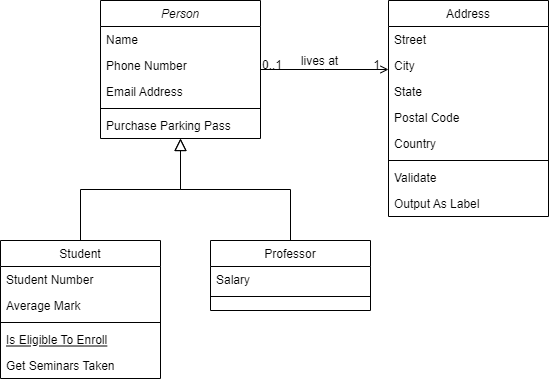
The draw.io diagram insight架构图.drawio.png in larrydrh/diagram, before a commit. Source tidied: cells renumbered, new cells last; positions are measured from the earlier drawing's top-left corner, leaving out a move shared by most shapes. The source it was exported from:
```xml
<mxGraphModel>
  <root>
    <mxCell id="0" />
    <mxCell id="1" parent="0" />
    <mxCell id="2" value="Person" style="swimlane;fontStyle=2;align=center;verticalAlign=top;horizontal=1;startSize=26;rounded=0;shadow=0;strokeWidth=1;" parent="1" vertex="1">
      <mxGeometry x="100" width="160" height="138" as="geometry" />
    </mxCell>
    <mxCell id="3" value="Name" style="text;align=left;verticalAlign=top;spacingLeft=4;spacingRight=4;overflow=hidden;" parent="2" vertex="1">
      <mxGeometry y="26" width="160" height="26" as="geometry" />
    </mxCell>
    <mxCell id="4" value="Phone Number" style="text;align=left;verticalAlign=top;spacingLeft=4;spacingRight=4;overflow=hidden;rounded=0;shadow=0;html=0;" parent="2" vertex="1">
      <mxGeometry y="52" width="160" height="26" as="geometry" />
    </mxCell>
    <mxCell id="5" value="Email Address" style="text;align=left;verticalAlign=top;spacingLeft=4;spacingRight=4;overflow=hidden;rounded=0;shadow=0;html=0;" parent="2" vertex="1">
      <mxGeometry y="78" width="160" height="26" as="geometry" />
    </mxCell>
    <mxCell id="6" style="line;html=1;strokeWidth=1;align=left;verticalAlign=middle;spacingTop=-1;spacingLeft=3;spacingRight=3;labelPosition=right;" parent="2" vertex="1">
      <mxGeometry y="104" width="160" height="8" as="geometry" />
    </mxCell>
    <mxCell id="7" value="Purchase Parking Pass" style="text;align=left;verticalAlign=top;spacingLeft=4;spacingRight=4;overflow=hidden;" parent="2" vertex="1">
      <mxGeometry y="112" width="160" height="26" as="geometry" />
    </mxCell>
    <mxCell id="8" value="Student" style="swimlane;fontStyle=0;align=center;verticalAlign=top;horizontal=1;startSize=26;rounded=0;shadow=0;strokeWidth=1;" parent="1" vertex="1">
      <mxGeometry y="240" width="160" height="138" as="geometry" />
    </mxCell>
    <mxCell id="9" value="Student Number" style="text;align=left;verticalAlign=top;spacingLeft=4;spacingRight=4;overflow=hidden;" parent="8" vertex="1">
      <mxGeometry y="26" width="160" height="26" as="geometry" />
    </mxCell>
    <mxCell id="10" value="Average Mark" style="text;align=left;verticalAlign=top;spacingLeft=4;spacingRight=4;overflow=hidden;rounded=0;shadow=0;html=0;" parent="8" vertex="1">
      <mxGeometry y="52" width="160" height="26" as="geometry" />
    </mxCell>
    <mxCell id="11" style="line;html=1;strokeWidth=1;align=left;verticalAlign=middle;spacingTop=-1;spacingLeft=3;spacingRight=3;labelPosition=right;" parent="8" vertex="1">
      <mxGeometry y="78" width="160" height="8" as="geometry" />
    </mxCell>
    <mxCell id="12" value="Is Eligible To Enroll" style="text;align=left;verticalAlign=top;spacingLeft=4;spacingRight=4;overflow=hidden;fontStyle=4;" parent="8" vertex="1">
      <mxGeometry y="86" width="160" height="26" as="geometry" />
    </mxCell>
    <mxCell id="13" value="Get Seminars Taken" style="text;align=left;verticalAlign=top;spacingLeft=4;spacingRight=4;overflow=hidden;" parent="8" vertex="1">
      <mxGeometry y="112" width="160" height="26" as="geometry" />
    </mxCell>
    <mxCell id="14" style="endArrow=block;endSize=10;endFill=0;shadow=0;strokeWidth=1;rounded=0;edgeStyle=elbowEdgeStyle;elbow=vertical;" parent="1" edge="1" source="8" target="2">
      <mxGeometry relative="1" as="geometry" />
    </mxCell>
    <mxCell id="15" value="Professor" style="swimlane;fontStyle=0;align=center;verticalAlign=top;horizontal=1;startSize=26;rounded=0;shadow=0;strokeWidth=1;" parent="1" vertex="1">
      <mxGeometry x="210" y="240" width="160" height="70" as="geometry" />
    </mxCell>
    <mxCell id="16" value="Salary" style="text;align=left;verticalAlign=top;spacingLeft=4;spacingRight=4;overflow=hidden;" parent="15" vertex="1">
      <mxGeometry y="26" width="160" height="26" as="geometry" />
    </mxCell>
    <mxCell id="17" style="line;html=1;strokeWidth=1;align=left;verticalAlign=middle;spacingTop=-1;spacingLeft=3;spacingRight=3;labelPosition=right;" parent="15" vertex="1">
      <mxGeometry y="52" width="160" height="8" as="geometry" />
    </mxCell>
    <mxCell id="18" style="endArrow=block;endSize=10;endFill=0;shadow=0;strokeWidth=1;rounded=0;edgeStyle=elbowEdgeStyle;elbow=vertical;" parent="1" edge="1" source="15" target="2">
      <mxGeometry relative="1" as="geometry" />
    </mxCell>
    <mxCell id="19" value="Address" style="swimlane;fontStyle=0;align=center;verticalAlign=top;horizontal=1;startSize=26;rounded=0;shadow=0;strokeWidth=1;" parent="1" vertex="1">
      <mxGeometry x="388" width="160" height="216" as="geometry" />
    </mxCell>
    <mxCell id="20" value="Street" style="text;align=left;verticalAlign=top;spacingLeft=4;spacingRight=4;overflow=hidden;" parent="19" vertex="1">
      <mxGeometry y="26" width="160" height="26" as="geometry" />
    </mxCell>
    <mxCell id="21" value="City" style="text;align=left;verticalAlign=top;spacingLeft=4;spacingRight=4;overflow=hidden;rounded=0;shadow=0;html=0;" parent="19" vertex="1">
      <mxGeometry y="52" width="160" height="26" as="geometry" />
    </mxCell>
    <mxCell id="22" value="State" style="text;align=left;verticalAlign=top;spacingLeft=4;spacingRight=4;overflow=hidden;rounded=0;shadow=0;html=0;" parent="19" vertex="1">
      <mxGeometry y="78" width="160" height="26" as="geometry" />
    </mxCell>
    <mxCell id="23" value="Postal Code" style="text;align=left;verticalAlign=top;spacingLeft=4;spacingRight=4;overflow=hidden;rounded=0;shadow=0;html=0;" parent="19" vertex="1">
      <mxGeometry y="104" width="160" height="26" as="geometry" />
    </mxCell>
    <mxCell id="24" value="Country" style="text;align=left;verticalAlign=top;spacingLeft=4;spacingRight=4;overflow=hidden;rounded=0;shadow=0;html=0;" parent="19" vertex="1">
      <mxGeometry y="130" width="160" height="26" as="geometry" />
    </mxCell>
    <mxCell id="25" style="line;html=1;strokeWidth=1;align=left;verticalAlign=middle;spacingTop=-1;spacingLeft=3;spacingRight=3;labelPosition=right;" parent="19" vertex="1">
      <mxGeometry y="156" width="160" height="8" as="geometry" />
    </mxCell>
    <mxCell id="26" value="Validate" style="text;align=left;verticalAlign=top;spacingLeft=4;spacingRight=4;overflow=hidden;" parent="19" vertex="1">
      <mxGeometry y="164" width="160" height="26" as="geometry" />
    </mxCell>
    <mxCell id="27" value="Output As Label" style="text;align=left;verticalAlign=top;spacingLeft=4;spacingRight=4;overflow=hidden;" parent="19" vertex="1">
      <mxGeometry y="190" width="160" height="26" as="geometry" />
    </mxCell>
    <mxCell id="28" style="endArrow=open;shadow=0;strokeWidth=1;rounded=0;endFill=1;edgeStyle=elbowEdgeStyle;elbow=vertical;" parent="1" edge="1" source="2" target="19">
      <mxGeometry x="0.5" y="41" relative="1" as="geometry">
        <mxPoint x="-40" y="32" as="offset" />
      </mxGeometry>
    </mxCell>
    <mxCell id="29" value="0..1" style="align=left;verticalAlign=bottom;labelBackgroundColor=none;fontSize=12;" parent="28" vertex="1">
      <mxGeometry x="-1" relative="1" as="geometry">
        <mxPoint y="4" as="offset" />
      </mxGeometry>
    </mxCell>
    <mxCell id="30" value="1" style="align=right;verticalAlign=bottom;labelBackgroundColor=none;fontSize=12;" parent="28" vertex="1">
      <mxGeometry x="1" relative="1" as="geometry">
        <mxPoint x="-7" y="4" as="offset" />
      </mxGeometry>
    </mxCell>
    <mxCell id="31" value="lives at" style="text;html=1;align=center;verticalAlign=middle;labelBackgroundColor=none;rounded=0;shadow=0;strokeWidth=1;fontSize=12;" parent="28" vertex="1">
      <mxGeometry x="0.5" y="49" relative="1" as="geometry">
        <mxPoint x="-38" y="40" as="offset" />
      </mxGeometry>
    </mxCell>
  </root>
</mxGraphModel>
```
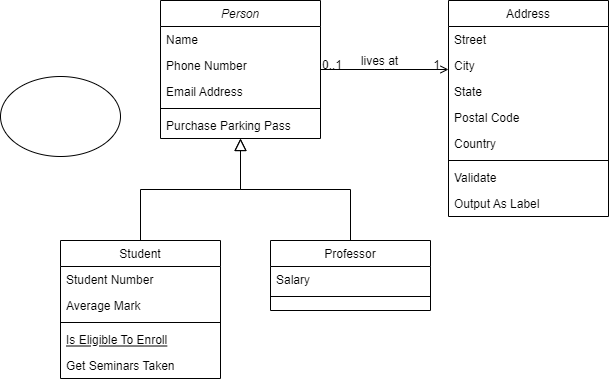
Above is the later version.

The edit, as a diff of the source:
```diff
@@ -100,5 +100,8 @@
         <mxPoint x="-38" y="40" as="offset" />
       </mxGeometry>
     </mxCell>
+    <mxCell id="32" style="ellipse;whiteSpace=wrap;html=1;" parent="1" vertex="1">
+      <mxGeometry x="-60" y="76" width="120" height="80" as="geometry" />
+    </mxCell>
   </root>
 </mxGraphModel>
```
